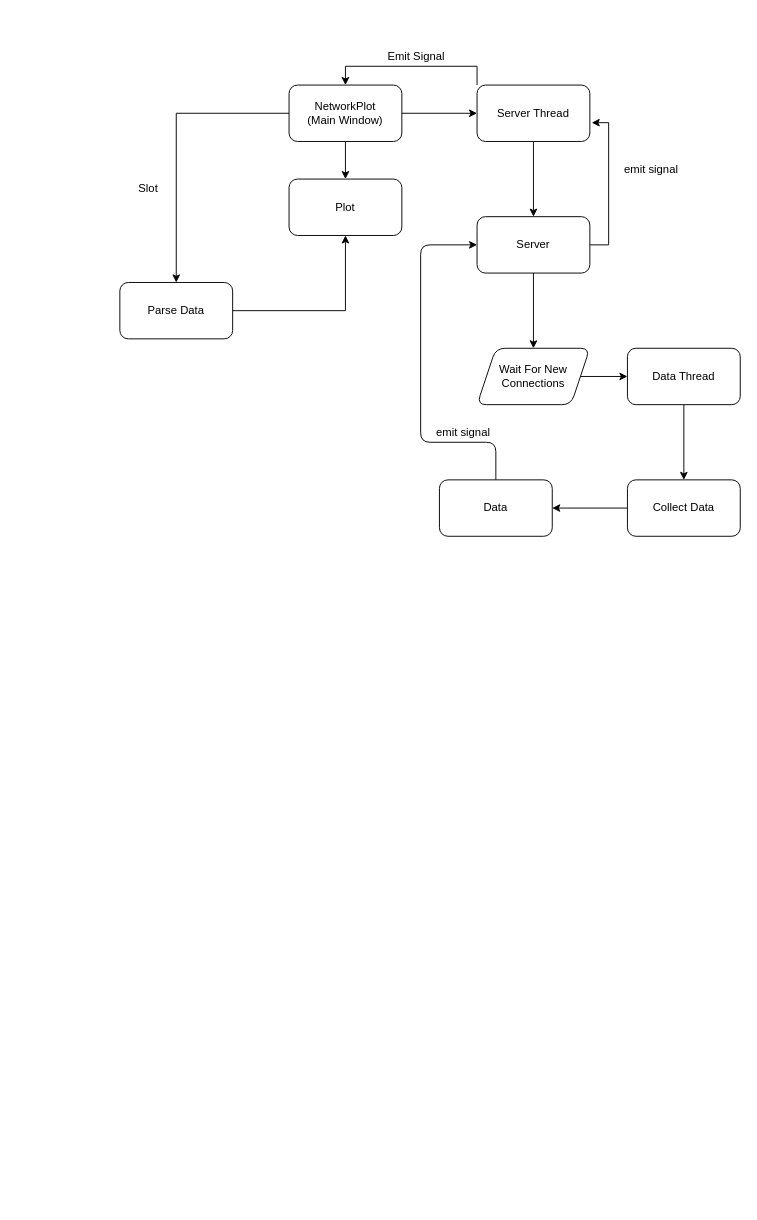
Before: draw/flowchart.drawio in bytesByHarsh/Qt-Network-Plot, a draw.io diagram. Source tidied: cells renumbered, new cells numbered last; positions are measured from the earlier drawing's top-left corner, leaving out a move shared by most shapes. Both pictures are drawn from the tidied source at 94%, with x=0, y=0 at pixel (119, 47).
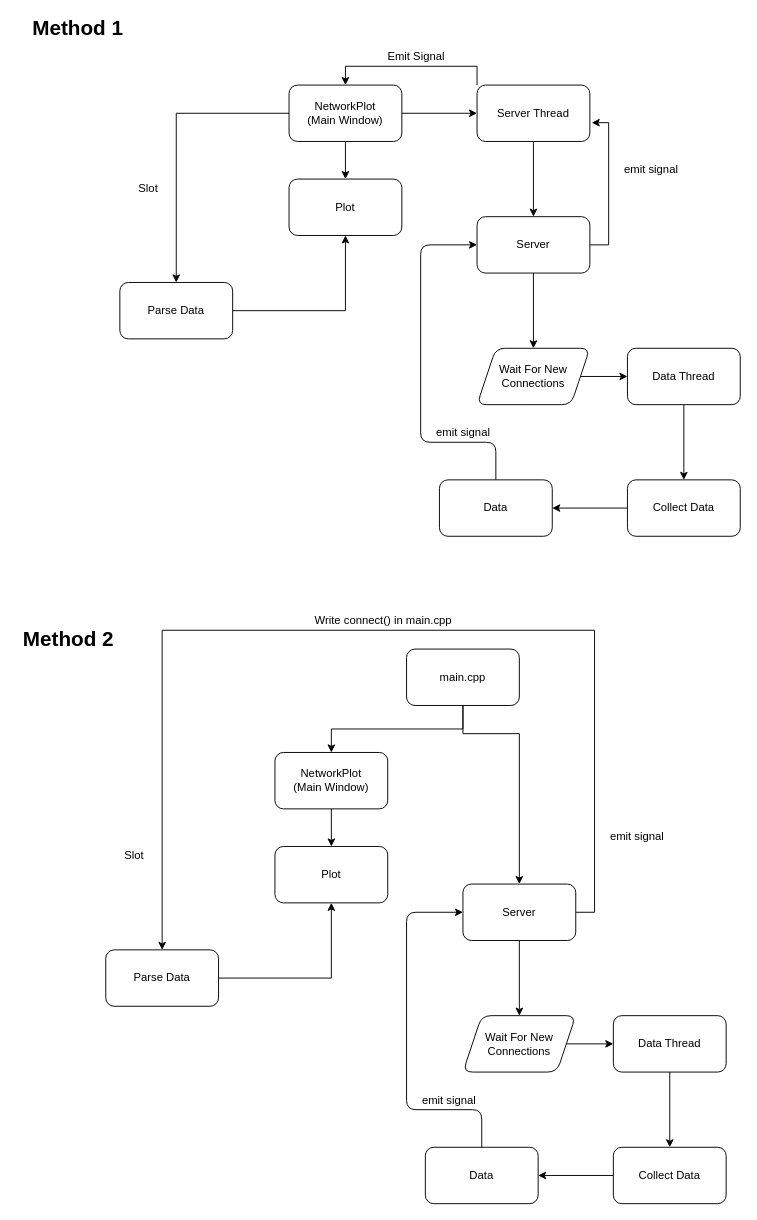
The same diagram, later.

Commit message (it also covers changes not shown here):
Server init from main.cpp

Diff of the diagram source:
```diff
@@
+    <mxCell id="27" value="&lt;font style=&quot;font-size: 22px&quot;&gt;&lt;b&gt;Method 1&lt;br&gt;&lt;/b&gt;&lt;/font&gt;" style="text;html=1;align=center;verticalAlign=middle;strokeColor=none;" parent="1" vertex="1">
+      <mxGeometry x="-100" y="-30" width="110" height="20" as="geometry" />
+    </mxCell>
+    <mxCell id="28" value="&lt;font style=&quot;font-size: 22px&quot;&gt;&lt;b&gt;Method 2&lt;br&gt;&lt;/b&gt;&lt;/font&gt;" style="text;html=1;align=center;verticalAlign=middle;strokeColor=none;" parent="1" vertex="1">
+      <mxGeometry x="-110" y="620" width="110" height="20" as="geometry" />
+    </mxCell>
+    <mxCell id="29" style="edgeStyle=orthogonalEdgeStyle;rounded=0;jettySize=auto;html=1;" parent="1" edge="1" source="30" target="41">
+      <mxGeometry relative="1" as="geometry" />
+    </mxCell>
+    <mxCell id="30" value="NetworkPlot&lt;br&gt;(Main Window)" style="rounded=1;whiteSpace=wrap;html=1;" parent="1" vertex="1">
+      <mxGeometry x="165" y="750" width="120" height="60" as="geometry" />
+    </mxCell>
+    <mxCell id="31" style="edgeStyle=orthogonalEdgeStyle;rounded=0;jettySize=auto;html=1;exitX=0.5;exitY=1;exitDx=0;exitDy=0;" parent="1" edge="1" source="50" target="34">
+      <mxGeometry relative="1" as="geometry">
+        <Array as="points">
+          <mxPoint x="365" y="730" />
+          <mxPoint x="425" y="730" />
+        </Array>
+      </mxGeometry>
+    </mxCell>
+    <mxCell id="32" style="edgeStyle=orthogonalEdgeStyle;rounded=0;jettySize=auto;html=1;" parent="1" edge="1" source="34" target="36">
+      <mxGeometry relative="1" as="geometry" />
+    </mxCell>
+    <mxCell id="33" style="edgeStyle=orthogonalEdgeStyle;rounded=0;jettySize=auto;html=1;exitX=1;exitY=0.5;exitDx=0;exitDy=0;entryX=0.5;entryY=0;entryDx=0;entryDy=0;" parent="1" edge="1" source="34" target="47">
+      <mxGeometry relative="1" as="geometry">
+        <Array as="points">
+          <mxPoint x="505" y="920" />
+          <mxPoint x="505" y="620" />
+          <mxPoint x="45" y="620" />
+        </Array>
+      </mxGeometry>
+    </mxCell>
+    <mxCell id="34" value="Server" style="whiteSpace=wrap;html=1;rounded=1;" parent="1" vertex="1">
+      <mxGeometry x="365" y="890" width="120" height="60" as="geometry" />
+    </mxCell>
+    <mxCell id="35" style="edgeStyle=orthogonalEdgeStyle;rounded=0;jettySize=auto;html=1;" parent="1" edge="1" source="36" target="38">
+      <mxGeometry relative="1" as="geometry" />
+    </mxCell>
+    <mxCell id="36" value="Wait For New Connections" style="shape=parallelogram;perimeter=parallelogramPerimeter;whiteSpace=wrap;html=1;fixedSize=1;rounded=1;" parent="1" vertex="1">
+      <mxGeometry x="365" y="1030" width="120" height="60" as="geometry" />
+    </mxCell>
+    <mxCell id="37" style="edgeStyle=orthogonalEdgeStyle;rounded=0;jettySize=auto;html=1;" parent="1" edge="1" source="38" target="40">
+      <mxGeometry relative="1" as="geometry" />
+    </mxCell>
+    <mxCell id="38" value="Data Thread" style="rounded=1;whiteSpace=wrap;html=1;" parent="1" vertex="1">
+      <mxGeometry x="525" y="1030" width="120" height="60" as="geometry" />
+    </mxCell>
+    <mxCell id="39" style="edgeStyle=orthogonalEdgeStyle;rounded=0;jettySize=auto;html=1;" parent="1" edge="1" source="40" target="42">
+      <mxGeometry relative="1" as="geometry" />
+    </mxCell>
+    <mxCell id="40" value="Collect Data" style="whiteSpace=wrap;html=1;rounded=1;" parent="1" vertex="1">
+      <mxGeometry x="525" y="1170" width="120" height="60" as="geometry" />
+    </mxCell>
+    <mxCell id="41" value="Plot" style="rounded=1;whiteSpace=wrap;html=1;" parent="1" vertex="1">
+      <mxGeometry x="165" y="850" width="120" height="60" as="geometry" />
+    </mxCell>
+    <mxCell id="42" value="Data" style="whiteSpace=wrap;html=1;rounded=1;" parent="1" vertex="1">
+      <mxGeometry x="325" y="1170" width="120" height="60" as="geometry" />
+    </mxCell>
+    <mxCell id="43" style="endArrow=classic;html=1;exitX=0.5;exitY=0;exitDx=0;exitDy=0;entryX=0;entryY=0.5;entryDx=0;entryDy=0;" parent="1" edge="1" source="42" target="34">
+      <mxGeometry relative="1" as="geometry">
+        <Array as="points">
+          <mxPoint x="385" y="1130" />
+          <mxPoint x="305" y="1130" />
+          <mxPoint x="305" y="920" />
+        </Array>
+      </mxGeometry>
+    </mxCell>
+    <mxCell id="44" value="emit signal" style="text;html=1;align=center;verticalAlign=middle;strokeColor=none;" parent="1" vertex="1">
+      <mxGeometry x="315" y="1110" width="70" height="20" as="geometry" />
+    </mxCell>
+    <mxCell id="45" value="emit signal" style="text;html=1;align=center;verticalAlign=middle;strokeColor=none;" parent="1" vertex="1">
+      <mxGeometry x="515" y="830" width="70" height="20" as="geometry" />
+    </mxCell>
+    <mxCell id="46" style="edgeStyle=orthogonalEdgeStyle;rounded=0;jettySize=auto;html=1;exitX=1;exitY=0.5;exitDx=0;exitDy=0;entryX=0.5;entryY=1;entryDx=0;entryDy=0;" parent="1" edge="1" source="47" target="41">
+      <mxGeometry relative="1" as="geometry" />
+    </mxCell>
+    <mxCell id="47" value="Parse Data&lt;br&gt;" style="whiteSpace=wrap;html=1;rounded=1;" parent="1" vertex="1">
+      <mxGeometry x="-15" y="960" width="120" height="60" as="geometry" />
+    </mxCell>
+    <mxCell id="48" value="Slot" style="text;html=1;align=center;verticalAlign=middle;strokeColor=none;" parent="1" vertex="1">
+      <mxGeometry x="-5" y="850" width="40" height="20" as="geometry" />
+    </mxCell>
+    <mxCell id="49" style="edgeStyle=orthogonalEdgeStyle;rounded=0;jettySize=auto;html=1;exitX=0.5;exitY=1;exitDx=0;exitDy=0;entryX=0.5;entryY=0;entryDx=0;entryDy=0;" parent="1" edge="1" source="50" target="30">
+      <mxGeometry relative="1" as="geometry" />
+    </mxCell>
+    <mxCell id="50" value="main.cpp" style="rounded=1;whiteSpace=wrap;html=1;" parent="1" vertex="1">
+      <mxGeometry x="305" y="640" width="120" height="60" as="geometry" />
+    </mxCell>
+    <mxCell id="51" value="Write connect() in main.cpp" style="text;html=1;align=center;verticalAlign=middle;strokeColor=none;" parent="1" vertex="1">
+      <mxGeometry x="200" y="600" width="160" height="20" as="geometry" />
+    </mxCell>
```
